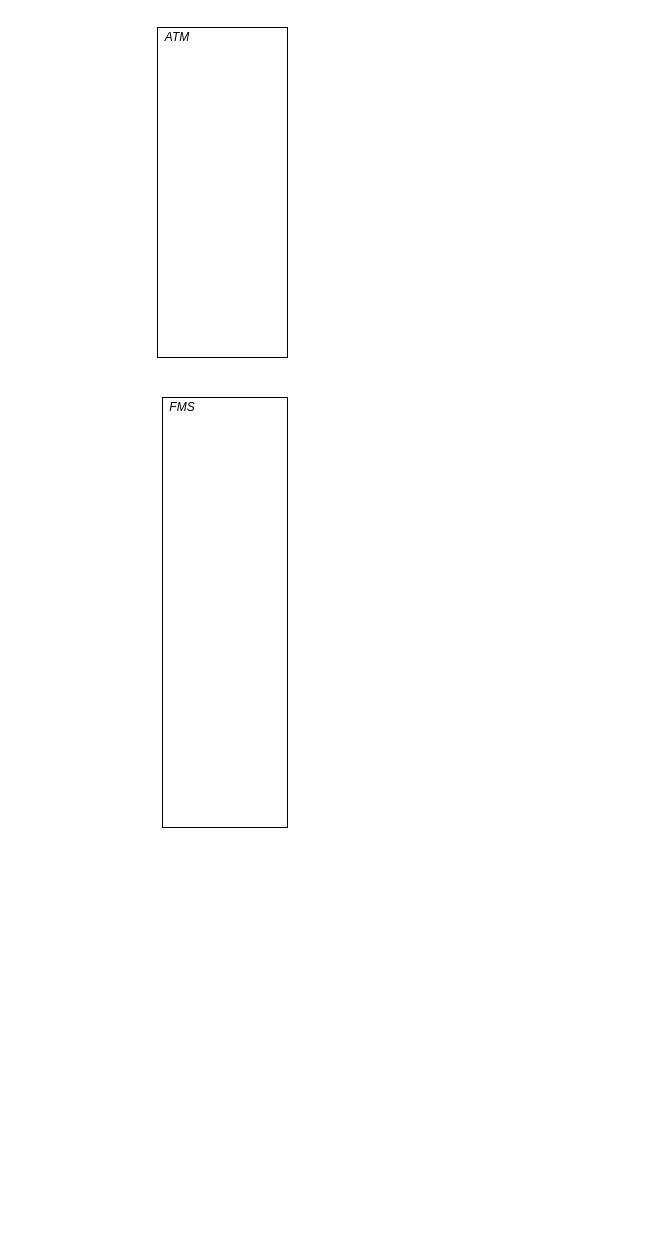
The draw.io diagram Lab3P1.drawio in ImBrent/ClassWork, before the edit. Source tidied: cells renumbered, new cells numbered last; positions are measured from the earlier drawing's top-left corner, leaving out a move shared by most shapes. Both pictures are drawn from the tidied source at 100%, with x=0, y=0 at pixel (157, 27).
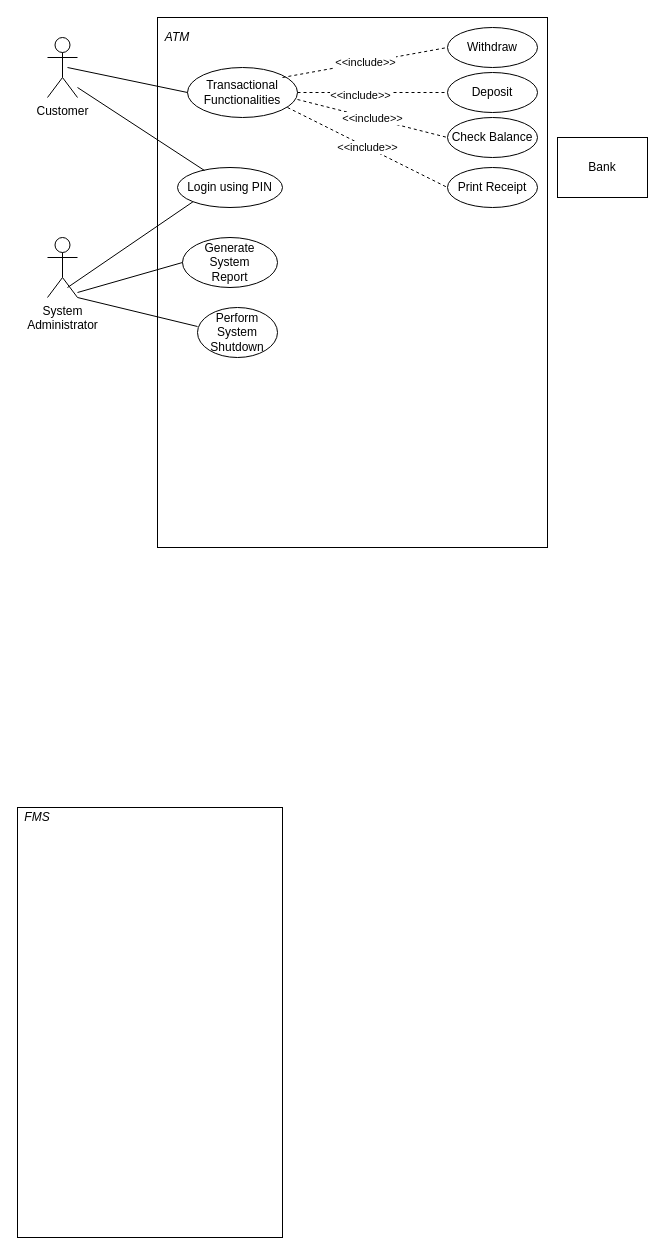
The same diagram, later.

Diff of the diagram source:
```diff
@@
     <mxCell id="2" style="rounded=0;whiteSpace=wrap;html=1;" parent="1" vertex="1">
-      <mxGeometry width="130" height="330" as="geometry" />
+      <mxGeometry y="-10" width="390" height="530" as="geometry" />
     </mxCell>
@@
     <mxCell id="4" style="rounded=0;whiteSpace=wrap;html=1;" parent="1" vertex="1">
-      <mxGeometry x="5" y="370" width="125" height="430" as="geometry" />
+      <mxGeometry x="-140" y="780" width="265" height="430" as="geometry" />
     </mxCell>
     <mxCell id="5" value="&lt;i&gt;FMS&lt;/i&gt;" style="text;html=1;strokeColor=none;fillColor=none;align=center;verticalAlign=middle;whiteSpace=wrap;rounded=0;" parent="1" vertex="1">
-      <mxGeometry x="5" y="370" width="40" height="20" as="geometry" />
+      <mxGeometry x="-140" y="780" width="40" height="20" as="geometry" />
     </mxCell>
+    <mxCell id="6" value="Login using PIN" style="ellipse;whiteSpace=wrap;html=1;" parent="1" vertex="1">
+      <mxGeometry x="20" y="140" width="105" height="40" as="geometry" />
+    </mxCell>
+    <mxCell id="7" value="&lt;div&gt;Transactional&lt;/div&gt;&lt;div&gt;Functionalities&lt;br&gt;&lt;/div&gt;" style="ellipse;whiteSpace=wrap;html=1;" parent="1" vertex="1">
+      <mxGeometry x="30" y="40" width="110" height="50" as="geometry" />
+    </mxCell>
+    <mxCell id="8" value="Customer" style="shape=umlActor;verticalLabelPosition=bottom;verticalAlign=top;html=1;" parent="1" vertex="1">
+      <mxGeometry x="-110" y="10" width="30" height="60" as="geometry" />
+    </mxCell>
+    <mxCell id="9" value="&lt;div&gt;System&lt;/div&gt;&lt;div&gt;Administrator&lt;br&gt;&lt;/div&gt;" style="shape=umlActor;verticalLabelPosition=bottom;verticalAlign=top;html=1;" parent="1" vertex="1">
+      <mxGeometry x="-110" y="210" width="30" height="60" as="geometry" />
+    </mxCell>
+    <mxCell id="10" style="endArrow=none;html=1;entryX=0.257;entryY=0.075;entryDx=0;entryDy=0;entryPerimeter=0;" parent="1" edge="1" target="6">
+      <mxGeometry relative="1" as="geometry">
+        <mxPoint x="-80" y="60" as="sourcePoint" />
+      </mxGeometry>
+    </mxCell>
+    <mxCell id="11" style="endArrow=none;html=1;entryX=0;entryY=1;entryDx=0;entryDy=0;" parent="1" edge="1" target="6">
+      <mxGeometry relative="1" as="geometry">
+        <mxPoint x="-90" y="260" as="sourcePoint" />
+      </mxGeometry>
+    </mxCell>
+    <mxCell id="12" value="Bank" style="rounded=0;whiteSpace=wrap;html=1;" parent="1" vertex="1">
+      <mxGeometry x="400" y="110" width="90" height="60" as="geometry" />
+    </mxCell>
+    <mxCell id="13" style="endArrow=none;html=1;entryX=0;entryY=0.5;entryDx=0;entryDy=0;" parent="1" edge="1" target="7">
+      <mxGeometry relative="1" as="geometry">
+        <mxPoint x="-90" y="40" as="sourcePoint" />
+      </mxGeometry>
+    </mxCell>
+    <mxCell id="14" value="Deposit" style="ellipse;whiteSpace=wrap;html=1;" parent="1" vertex="1">
+      <mxGeometry x="290" y="45" width="90" height="40" as="geometry" />
+    </mxCell>
+    <mxCell id="15" value="Withdraw" style="ellipse;whiteSpace=wrap;html=1;" parent="1" vertex="1">
+      <mxGeometry x="290" width="90" height="40" as="geometry" />
+    </mxCell>
+    <mxCell id="16" value="Check Balance" style="ellipse;whiteSpace=wrap;html=1;" parent="1" vertex="1">
+      <mxGeometry x="290" y="90" width="90" height="40" as="geometry" />
+    </mxCell>
+    <mxCell id="17" value="Print Receipt" style="ellipse;whiteSpace=wrap;html=1;" parent="1" vertex="1">
+      <mxGeometry x="290" y="140" width="90" height="40" as="geometry" />
+    </mxCell>
+    <mxCell id="18" style="endArrow=none;dashed=1;html=1;entryX=0;entryY=0.5;entryDx=0;entryDy=0;" parent="1" edge="1" target="14">
+      <mxGeometry relative="1" as="geometry">
+        <mxPoint x="140" y="65" as="sourcePoint" />
+      </mxGeometry>
+    </mxCell>
+    <mxCell id="19" value="&amp;lt;&amp;lt;include&amp;gt;&amp;gt;" style="edgeLabel;html=1;align=center;verticalAlign=middle;" parent="18" vertex="1">
+      <mxGeometry x="-0.17" y="-2" relative="1" as="geometry" />
+    </mxCell>
+    <mxCell id="20" value="&amp;lt;&amp;lt;include&amp;gt;&amp;gt;" style="endArrow=none;dashed=1;html=1;entryX=0;entryY=0.5;entryDx=0;entryDy=0;" parent="1" edge="1" target="15">
+      <mxGeometry relative="1" as="geometry">
+        <mxPoint x="125" y="50" as="sourcePoint" />
+      </mxGeometry>
+    </mxCell>
+    <mxCell id="21" value="&amp;lt;&amp;lt;include&amp;gt;&amp;gt;" style="endArrow=none;dashed=1;html=1;entryX=0;entryY=0.5;entryDx=0;entryDy=0;exitX=1;exitY=0.64;exitDx=0;exitDy=0;exitPerimeter=0;" parent="1" edge="1" source="7" target="16">
+      <mxGeometry relative="1" as="geometry" />
+    </mxCell>
+    <mxCell id="22" value="&amp;lt;&amp;lt;include&amp;gt;&amp;gt;" style="endArrow=none;dashed=1;html=1;entryX=0;entryY=0.5;entryDx=0;entryDy=0;" parent="1" edge="1" target="17">
+      <mxGeometry relative="1" as="geometry">
+        <mxPoint x="130" y="80" as="sourcePoint" />
+      </mxGeometry>
+    </mxCell>
+    <mxCell id="23" value="&lt;div&gt;Generate&lt;/div&gt;&lt;div&gt;System&lt;/div&gt;&lt;div&gt;Report&lt;br&gt;&lt;/div&gt;" style="ellipse;whiteSpace=wrap;html=1;" parent="1" vertex="1">
+      <mxGeometry x="25" y="210" width="95" height="50" as="geometry" />
+    </mxCell>
+    <mxCell id="24" style="endArrow=none;html=1;entryX=0;entryY=0.5;entryDx=0;entryDy=0;" parent="1" edge="1" target="23">
+      <mxGeometry relative="1" as="geometry">
+        <mxPoint x="-80" y="265" as="sourcePoint" />
+      </mxGeometry>
+    </mxCell>
+    <mxCell id="25" value="&lt;div&gt;Perform &lt;br&gt;&lt;/div&gt;&lt;div&gt;System&lt;/div&gt;&lt;div&gt;Shutdown&lt;br&gt;&lt;/div&gt;" style="ellipse;whiteSpace=wrap;html=1;" parent="1" vertex="1">
+      <mxGeometry x="40" y="280" width="80" height="50" as="geometry" />
+    </mxCell>
+    <mxCell id="26" style="endArrow=none;html=1;entryX=0;entryY=0.38;entryDx=0;entryDy=0;entryPerimeter=0;" parent="1" edge="1" target="25">
+      <mxGeometry relative="1" as="geometry">
+        <mxPoint x="-80" y="270" as="sourcePoint" />
+      </mxGeometry>
+    </mxCell>
```
